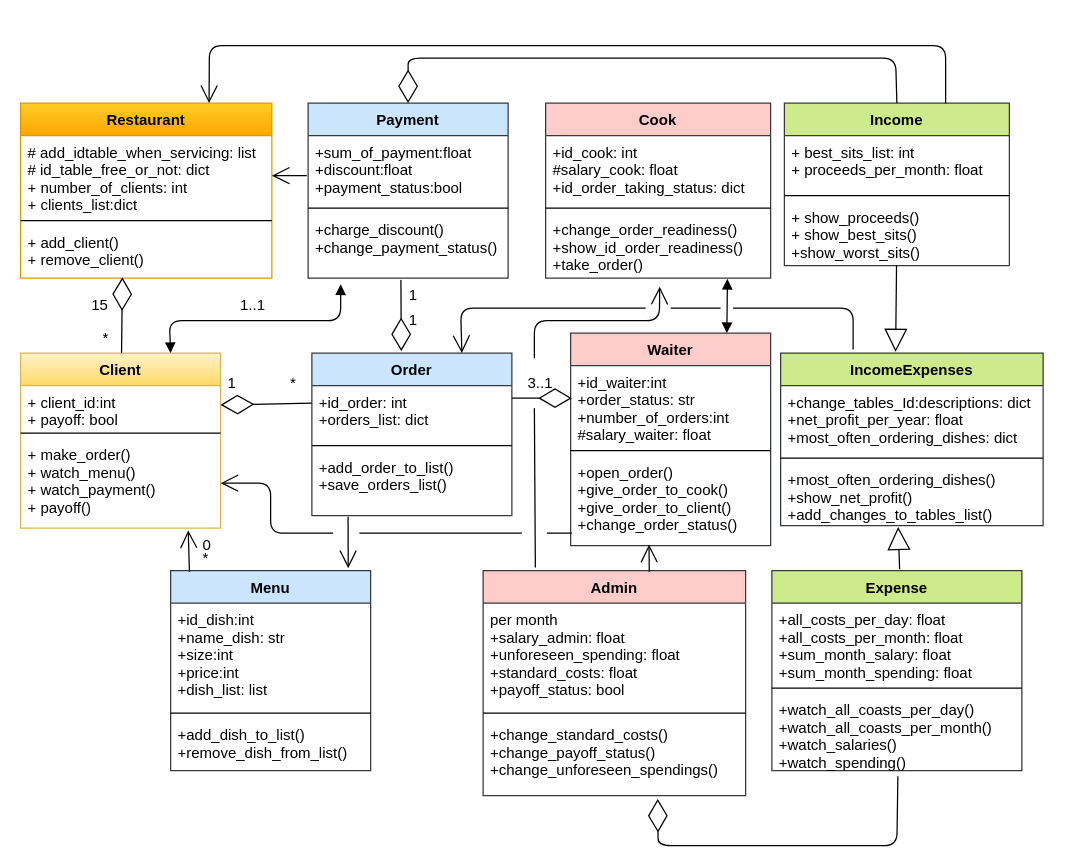
This is restaurant/restaurant_fix.drawio from ihontin/python-education, a draw.io file, before an edit. Source tidied: cells renumbered, new cells numbered last; positions are measured from the earlier drawing's top-left corner, leaving out a move shared by most shapes. Both pictures are drawn from the tidied source at 125%, with x=0, y=0 at pixel (20, 45).
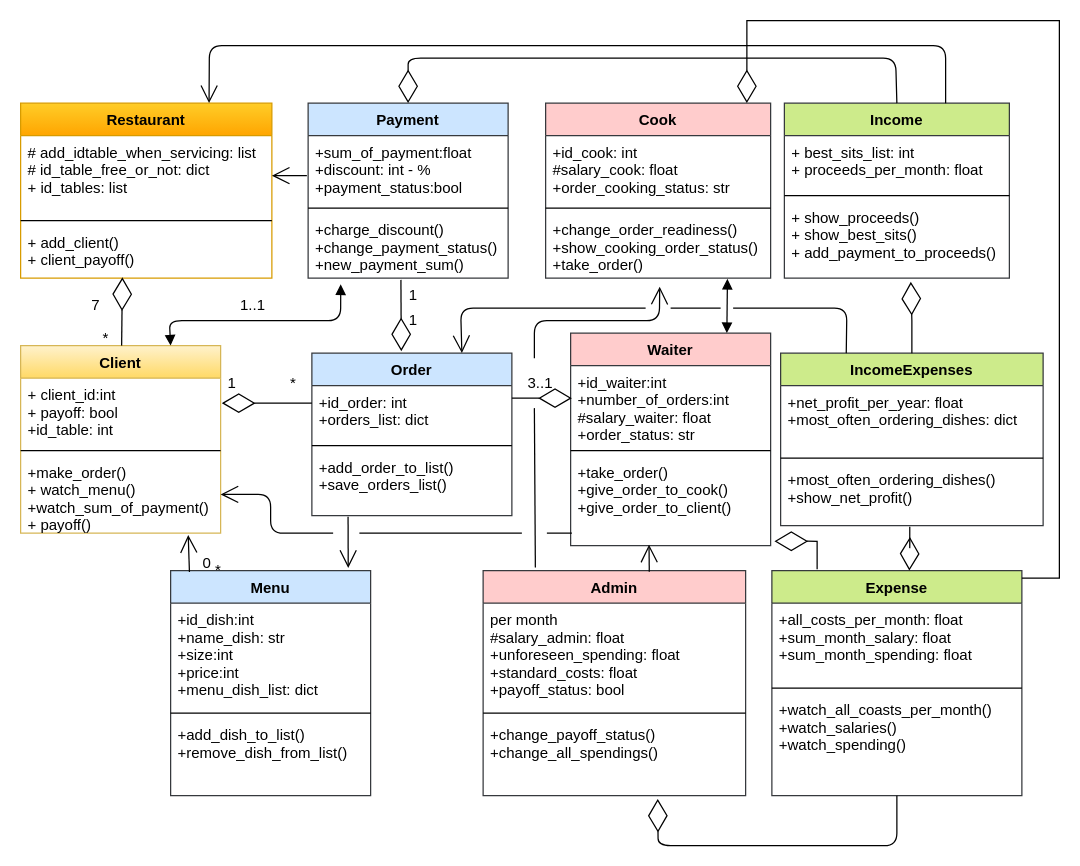
Above is the later version.

The change refers to these unchanged cells:
```xml
<mxCell id="2" value="Restaurant " style="swimlane;fontStyle=1;align=center;verticalAlign=top;horizontal=1;startSize=26;fillColor=#ffcd28;strokeColor=#d79b00;gradientColor=#ffa500;" parent="1" vertex="1">
  <mxGeometry y="46" width="201" height="140" as="geometry" />
</mxCell>
<mxCell id="27" value="Payment" style="swimlane;fontStyle=1;align=center;verticalAlign=top;horizontal=1;startSize=26;fillColor=#cce5ff;strokeColor=#36393d;" parent="1" vertex="1">
  <mxGeometry x="230" y="46" width="160" height="140" as="geometry" />
</mxCell>
<mxCell id="35" value="Waiter" style="swimlane;fontStyle=1;align=center;verticalAlign=top;horizontal=1;startSize=26;fillColor=#ffcccc;strokeColor=#36393d;" parent="1" vertex="1">
  <mxGeometry x="440" y="230" width="160" height="170" as="geometry" />
</mxCell>
<mxCell id="42" value="Cook" style="swimlane;fontStyle=1;align=center;verticalAlign=top;horizontal=1;startSize=26;fillColor=#ffcccc;strokeColor=#36393d;" parent="1" vertex="1">
  <mxGeometry x="420" y="46" width="180" height="140" as="geometry" />
</mxCell>
<mxCell id="50" value="Admin" style="swimlane;fontStyle=1;align=center;verticalAlign=top;horizontal=1;startSize=26;fillColor=#ffcccc;strokeColor=#36393d;" parent="1" vertex="1">
  <mxGeometry x="370" y="420" width="210" height="180" as="geometry" />
</mxCell>
<mxCell id="58" value="IncomeExpenses" style="swimlane;fontStyle=1;align=center;verticalAlign=top;horizontal=1;startSize=26;fillColor=#cdeb8b;strokeColor=#36393d;" parent="1" vertex="1">
  <mxGeometry x="608" y="246" width="210" height="138" as="geometry" />
</mxCell>
```

The edit, as a diff of the source:
```diff
@@
-    <mxCell id="3" value="# add_idtable_when_servicing: list&#10;# id_table_free_or_not: dict&#10;+ number_of_clients: int&#10;+ clients_list:dict" style="text;strokeColor=none;fillColor=none;align=left;verticalAlign=top;spacingLeft=4;spacingRight=4;overflow=hidden;points=[[0,0.5],[1,0.5]];portConstraint=eastwest;" parent="2" vertex="1">
+    <mxCell id="3" value="# add_idtable_when_servicing: list&#10;# id_table_free_or_not: dict&#10;+ id_tables: list" style="text;strokeColor=none;fillColor=none;align=left;verticalAlign=top;spacingLeft=4;spacingRight=4;overflow=hidden;points=[[0,0.5],[1,0.5]];portConstraint=eastwest;" parent="2" vertex="1">
       <mxGeometry y="26" width="201" height="64" as="geometry" />
     </mxCell>
@@
-    <mxCell id="5" value="+ add_client()&#10;+ remove_client()" style="text;strokeColor=none;fillColor=none;align=left;verticalAlign=top;spacingLeft=4;spacingRight=4;overflow=hidden;points=[[0,0.5],[1,0.5]];portConstraint=eastwest;" parent="2" vertex="1">
+    <mxCell id="5" value="+ add_client()&#10;+ client_payoff()" style="text;strokeColor=none;fillColor=none;align=left;verticalAlign=top;spacingLeft=4;spacingRight=4;overflow=hidden;points=[[0,0.5],[1,0.5]];portConstraint=eastwest;" parent="2" vertex="1">
       <mxGeometry y="98" width="201" height="42" as="geometry" />
     </mxCell>
     <mxCell id="6" value="Client" style="swimlane;fontStyle=1;align=center;verticalAlign=top;horizontal=1;startSize=26;fillColor=#fff2cc;strokeColor=#d6b656;gradientColor=#ffd966;" parent="1" vertex="1">
-      <mxGeometry y="246" width="160" height="140" as="geometry" />
+      <mxGeometry y="240" width="160" height="150" as="geometry" />
     </mxCell>
-    <mxCell id="7" value="+ client_id:int&#10;+ payoff: bool" style="text;strokeColor=none;fillColor=none;align=left;verticalAlign=top;spacingLeft=4;spacingRight=4;overflow=hidden;points=[[0,0.5],[1,0.5]];portConstraint=eastwest;" parent="6" vertex="1">
-      <mxGeometry y="26" width="160" height="34" as="geometry" />
+    <mxCell id="7" value="+ client_id:int&#10;+ payoff: bool&#10;+id_table: int" style="text;strokeColor=none;fillColor=none;align=left;verticalAlign=top;spacingLeft=4;spacingRight=4;overflow=hidden;points=[[0,0.5],[1,0.5]];portConstraint=eastwest;" parent="6" vertex="1">
+      <mxGeometry y="26" width="160" height="54" as="geometry" />
     </mxCell>
     <mxCell id="8" style="line;strokeWidth=1;fillColor=none;align=left;verticalAlign=middle;spacingTop=-1;spacingLeft=3;spacingRight=3;labelPosition=right;" parent="6" vertex="1">
-      <mxGeometry y="60" width="160" height="8" as="geometry" />
+      <mxGeometry y="80" width="160" height="8" as="geometry" />
     </mxCell>
-    <mxCell id="9" value="+ make_order()&#10;+ watch_menu()&#10;+ watch_payment()&#10;+ payoff()" style="text;strokeColor=none;fillColor=none;align=left;verticalAlign=top;spacingLeft=4;spacingRight=4;overflow=hidden;points=[[0,0.5],[1,0.5]];portConstraint=eastwest;" parent="6" vertex="1">
-      <mxGeometry y="68" width="160" height="72" as="geometry" />
+    <mxCell id="9" value="+make_order()&#10;+ watch_menu()&#10;+watch_sum_of_payment()&#10;+ payoff()" style="text;strokeColor=none;fillColor=none;align=left;verticalAlign=top;spacingLeft=4;spacingRight=4;overflow=hidden;points=[[0,0.5],[1,0.5]];portConstraint=eastwest;" parent="6" vertex="1">
+      <mxGeometry y="88" width="160" height="62" as="geometry" />
     </mxCell>
@@
-    <mxCell id="11" value="15" style="text;strokeColor=none;fillColor=none;align=left;verticalAlign=top;spacingLeft=4;spacingRight=4;overflow=hidden;" parent="1" vertex="1">
+    <mxCell id="11" value="7" style="text;strokeColor=none;fillColor=none;align=left;verticalAlign=top;spacingLeft=4;spacingRight=4;overflow=hidden;" parent="1" vertex="1">
       <mxGeometry x="51" y="194" width="31" height="26" as="geometry" />
     </mxCell>
@@
-    <mxCell id="17" style="endArrow=diamondThin;endFill=0;endSize=24;html=1;" parent="1" edge="1" target="7">
+    <mxCell id="17" style="endArrow=diamondThin;endFill=0;endSize=24;html=1;" parent="1" edge="1">
       <mxGeometry relative="1" as="geometry">
         <mxPoint x="233" y="286" as="sourcePoint" />
+        <mxPoint x="161" y="286" as="targetPoint" />
       </mxGeometry>
     </mxCell>
@@
     <mxCell id="20" value="Menu" style="swimlane;fontStyle=1;align=center;verticalAlign=top;horizontal=1;startSize=26;fillColor=#cce5ff;strokeColor=#36393d;" parent="1" vertex="1">
-      <mxGeometry x="120" y="420" width="160" height="160" as="geometry" />
+      <mxGeometry x="120" y="420" width="160" height="180" as="geometry" />
     </mxCell>
-    <mxCell id="21" value="+id_dish:int&#10;+name_dish: str&#10;+size:int&#10;+price:int&#10;+dish_list: list&#10;&#10;" style="text;strokeColor=none;fillColor=none;align=left;verticalAlign=top;spacingLeft=4;spacingRight=4;overflow=hidden;" parent="20" vertex="1">
+    <mxCell id="21" value="+id_dish:int&#10;+name_dish: str&#10;+size:int&#10;+price:int&#10;+menu_dish_list: dict&#10;" style="text;strokeColor=none;fillColor=none;align=left;verticalAlign=top;spacingLeft=4;spacingRight=4;overflow=hidden;" parent="20" vertex="1">
       <mxGeometry y="26" width="160" height="84" as="geometry" />
     </mxCell>
@@
     <mxCell id="23" value="+add_dish_to_list()&#10;+remove_dish_from_list()" style="text;strokeColor=none;fillColor=none;align=left;verticalAlign=top;spacingLeft=4;spacingRight=4;overflow=hidden;" parent="20" vertex="1">
-      <mxGeometry y="118" width="160" height="42" as="geometry" />
+      <mxGeometry y="118" width="160" height="62" as="geometry" />
     </mxCell>
@@
     <mxCell id="25" value="0" style="text;strokeColor=none;fillColor=none;align=left;verticalAlign=top;spacingLeft=4;spacingRight=4;overflow=hidden;" parent="1" vertex="1">
-      <mxGeometry x="140" y="386" width="20" height="26" as="geometry" />
+      <mxGeometry x="140" y="400" width="20" height="26" as="geometry" />
     </mxCell>
     <mxCell id="26" value="*" style="text;strokeColor=none;fillColor=none;align=left;verticalAlign=top;spacingLeft=4;spacingRight=4;overflow=hidden;" parent="1" vertex="1">
-      <mxGeometry x="140" y="396" width="20" height="26" as="geometry" />
+      <mxGeometry x="150" y="406" width="20" height="26" as="geometry" />
     </mxCell>
@@
-    <mxCell id="28" value="+sum_of_payment:float&#10;+discount:float&#10;+payment_status:bool" style="text;strokeColor=none;fillColor=none;align=left;verticalAlign=top;spacingLeft=4;spacingRight=4;overflow=hidden;" parent="27" vertex="1">
+    <mxCell id="28" value="+sum_of_payment:float&#10;+discount: int - %&#10;+payment_status:bool" style="text;strokeColor=none;fillColor=none;align=left;verticalAlign=top;spacingLeft=4;spacingRight=4;overflow=hidden;" parent="27" vertex="1">
       <mxGeometry y="26" width="160" height="54" as="geometry" />
     </mxCell>
@@
-    <mxCell id="30" value="+charge_discount()&#10;+change_payment_status()" style="text;strokeColor=none;fillColor=none;align=left;verticalAlign=top;spacingLeft=4;spacingRight=4;overflow=hidden;points=[[0,0.5],[1,0.5]];portConstraint=eastwest;" parent="27" vertex="1">
+    <mxCell id="30" value="+charge_discount()&#10;+change_payment_status()&#10;+new_payment_sum()" style="text;strokeColor=none;fillColor=none;align=left;verticalAlign=top;spacingLeft=4;spacingRight=4;overflow=hidden;points=[[0,0.5],[1,0.5]];portConstraint=eastwest;" parent="27" vertex="1">
       <mxGeometry y="88" width="160" height="52" as="geometry" />
     </mxCell>
@@
-    <mxCell id="36" value="+id_waiter:int&#10;+order_status: str&#10;+number_of_orders:int&#10;#salary_waiter: float" style="text;strokeColor=none;fillColor=none;align=left;verticalAlign=top;spacingLeft=4;spacingRight=4;overflow=hidden;" parent="35" vertex="1">
+    <mxCell id="36" value="+id_waiter:int&#10;+number_of_orders:int&#10;#salary_waiter: float&#10;+order_status: str" style="text;strokeColor=none;fillColor=none;align=left;verticalAlign=top;spacingLeft=4;spacingRight=4;overflow=hidden;" parent="35" vertex="1">
       <mxGeometry y="26" width="160" height="64" as="geometry" />
     </mxCell>
@@
-    <mxCell id="38" value="+open_order()&#10;+give_order_to_cook()&#10;+give_order_to_client()&#10;+change_order_status()" style="text;strokeColor=none;fillColor=none;align=left;verticalAlign=top;spacingLeft=4;spacingRight=4;overflow=hidden;points=[[0,0.5],[1,0.5]];portConstraint=eastwest;" parent="35" vertex="1">
+    <mxCell id="38" value="+take_order()&#10;+give_order_to_cook()&#10;+give_order_to_client()&#10;" style="text;strokeColor=none;fillColor=none;align=left;verticalAlign=top;spacingLeft=4;spacingRight=4;overflow=hidden;points=[[0,0.5],[1,0.5]];portConstraint=eastwest;" parent="35" vertex="1">
       <mxGeometry y="98" width="160" height="72" as="geometry" />
     </mxCell>
@@
-    <mxCell id="43" value="+id_cook: int&#10;#salary_cook: float&#10;+id_order_taking_status: dict&#10;&#10;" style="text;strokeColor=none;fillColor=none;align=left;verticalAlign=top;spacingLeft=4;spacingRight=4;overflow=hidden;" parent="42" vertex="1">
+    <mxCell id="43" value="+id_cook: int&#10;#salary_cook: float&#10;+order_cooking_status: str&#10;&#10;" style="text;strokeColor=none;fillColor=none;align=left;verticalAlign=top;spacingLeft=4;spacingRight=4;overflow=hidden;" parent="42" vertex="1">
       <mxGeometry y="26" width="180" height="54" as="geometry" />
     </mxCell>
@@
-    <mxCell id="45" value="+change_order_readiness()&#10;+show_id_order_readiness()&#10;+take_order()" style="text;strokeColor=none;fillColor=none;align=left;verticalAlign=top;spacingLeft=4;spacingRight=4;overflow=hidden;points=[[0,0.5],[1,0.5]];portConstraint=eastwest;" parent="42" vertex="1">
+    <mxCell id="45" value="+change_order_readiness()&#10;+show_cooking_order_status()&#10;+take_order()" style="text;strokeColor=none;fillColor=none;align=left;verticalAlign=top;spacingLeft=4;spacingRight=4;overflow=hidden;points=[[0,0.5],[1,0.5]];portConstraint=eastwest;" parent="42" vertex="1">
       <mxGeometry y="88" width="180" height="52" as="geometry" />
     </mxCell>
     <mxCell id="46" value="Income" style="swimlane;fontStyle=1;align=center;verticalAlign=top;horizontal=1;startSize=26;fillColor=#cdeb8b;strokeColor=#36393d;" parent="1" vertex="1">
-      <mxGeometry x="611" y="46" width="180" height="130" as="geometry" />
+      <mxGeometry x="611" y="46" width="180" height="140" as="geometry" />
     </mxCell>
@@
-    <mxCell id="49" value="+ show_proceeds()&#10;+ show_best_sits()&#10;+show_worst_sits()" style="text;strokeColor=none;fillColor=none;align=left;verticalAlign=top;spacingLeft=4;spacingRight=4;overflow=hidden;points=[[0,0.5],[1,0.5]];portConstraint=eastwest;" parent="46" vertex="1">
-      <mxGeometry y="78" width="180" height="52" as="geometry" />
+    <mxCell id="49" value="+ show_proceeds()&#10;+ show_best_sits()&#10;+ add_payment_to_proceeds()&#10;" style="text;strokeColor=none;fillColor=none;align=left;verticalAlign=top;spacingLeft=4;spacingRight=4;overflow=hidden;points=[[0,0.5],[1,0.5]];portConstraint=eastwest;" parent="46" vertex="1">
+      <mxGeometry y="78" width="180" height="62" as="geometry" />
     </mxCell>
@@
-    <mxCell id="51" value="                  per month&#10;+salary_admin: float&#10;+unforeseen_spending: float&#10;+standard_costs: float&#10;+payoff_status: bool&#10;" style="text;strokeColor=none;fillColor=none;align=left;verticalAlign=top;spacingLeft=4;spacingRight=4;overflow=hidden;" parent="50" vertex="1">
+    <mxCell id="51" value="                  per month&#10;#salary_admin: float&#10;+unforeseen_spending: float&#10;+standard_costs: float&#10;+payoff_status: bool&#10;" style="text;strokeColor=none;fillColor=none;align=left;verticalAlign=top;spacingLeft=4;spacingRight=4;overflow=hidden;" parent="50" vertex="1">
       <mxGeometry y="26" width="210" height="84" as="geometry" />
     </mxCell>
@@
-    <mxCell id="53" value="+change_standard_costs()&#10;+change_payoff_status()&#10;+change_unforeseen_spendings()" style="text;strokeColor=none;fillColor=none;align=left;verticalAlign=top;spacingLeft=4;spacingRight=4;overflow=hidden;points=[[0,0.5],[1,0.5]];portConstraint=eastwest;" parent="50" vertex="1">
+    <mxCell id="53" value="+change_payoff_status()&#10;+change_all_spendings()" style="text;strokeColor=none;fillColor=none;align=left;verticalAlign=top;spacingLeft=4;spacingRight=4;overflow=hidden;points=[[0,0.5],[1,0.5]];portConstraint=eastwest;" parent="50" vertex="1">
       <mxGeometry y="118" width="210" height="62" as="geometry" />
     </mxCell>
     <mxCell id="54" value="Expense" style="swimlane;fontStyle=1;align=center;verticalAlign=top;horizontal=1;startSize=26;fillColor=#cdeb8b;strokeColor=#36393d;" parent="1" vertex="1">
-      <mxGeometry x="601" y="420" width="200" height="160" as="geometry" />
+      <mxGeometry x="601" y="420" width="200" height="180" as="geometry" />
     </mxCell>
-    <mxCell id="55" value="+all_costs_per_day: float&#10;+all_costs_per_month: float&#10;+sum_month_salary: float&#10;+sum_month_spending: float&#10; " style="text;strokeColor=none;fillColor=none;align=left;verticalAlign=top;spacingLeft=4;spacingRight=4;overflow=hidden;" parent="54" vertex="1">
+    <mxCell id="55" value="+all_costs_per_month: float&#10;+sum_month_salary: float&#10;+sum_month_spending: float&#10; " style="text;strokeColor=none;fillColor=none;align=left;verticalAlign=top;spacingLeft=4;spacingRight=4;overflow=hidden;" parent="54" vertex="1">
       <mxGeometry y="26" width="200" height="64" as="geometry" />
     </mxCell>
@@
-    <mxCell id="57" value="+watch_all_coasts_per_day()&#10;+watch_all_coasts_per_month()&#10;+watch_salaries()&#10;+watch_spending()&#10;" style="text;strokeColor=none;fillColor=none;align=left;verticalAlign=top;spacingLeft=4;spacingRight=4;overflow=hidden;points=[[0,0.5],[1,0.5]];portConstraint=eastwest;" parent="54" vertex="1">
-      <mxGeometry y="98" width="200" height="62" as="geometry" />
+    <mxCell id="57" value="+watch_all_coasts_per_month()&#10;+watch_salaries()&#10;+watch_spending()&#10;" style="text;strokeColor=none;fillColor=none;align=left;verticalAlign=top;spacingLeft=4;spacingRight=4;overflow=hidden;points=[[0,0.5],[1,0.5]];portConstraint=eastwest;" parent="54" vertex="1">
+      <mxGeometry y="98" width="200" height="82" as="geometry" />
     </mxCell>
@@
-    <mxCell id="59" value="+change_tables_Id:descriptions: dict&#10;+net_profit_per_year: float&#10;+most_often_ordering_dishes: dict " style="text;strokeColor=none;fillColor=none;align=left;verticalAlign=top;spacingLeft=4;spacingRight=4;overflow=hidden;" parent="58" vertex="1">
+    <mxCell id="59" value="+net_profit_per_year: float&#10;+most_often_ordering_dishes: dict " style="text;strokeColor=none;fillColor=none;align=left;verticalAlign=top;spacingLeft=4;spacingRight=4;overflow=hidden;" parent="58" vertex="1">
       <mxGeometry y="26" width="210" height="54" as="geometry" />
     </mxCell>
@@
-    <mxCell id="61" value="+most_often_ordering_dishes()&#10;+show_net_profit()&#10;+add_changes_to_tables_list()" style="text;strokeColor=none;fillColor=none;align=left;verticalAlign=top;spacingLeft=4;spacingRight=4;overflow=hidden;points=[[0,0.5],[1,0.5]];portConstraint=eastwest;" parent="58" vertex="1">
+    <mxCell id="61" value="+most_often_ordering_dishes()&#10;+show_net_profit()&#10;" style="text;strokeColor=none;fillColor=none;align=left;verticalAlign=top;spacingLeft=4;spacingRight=4;overflow=hidden;points=[[0,0.5],[1,0.5]];portConstraint=eastwest;" parent="58" vertex="1">
       <mxGeometry y="88" width="210" height="50" as="geometry" />
     </mxCell>
-    <mxCell id="62" style="endArrow=block;endSize=16;endFill=0;html=1;exitX=0.511;exitY=-0.007;exitDx=0;exitDy=0;exitPerimeter=0;" parent="1" edge="1" source="54">
-      <mxGeometry x="-0.56" y="60" relative="1" as="geometry">
-        <mxPoint x="702" y="385" as="targetPoint" />
-      </mxGeometry>
-    </mxCell>
-    <mxCell id="63" style="endArrow=block;endSize=16;endFill=0;html=1;" parent="1" edge="1" source="49">
-      <mxGeometry x="-0.56" y="60" relative="1" as="geometry">
-        <mxPoint x="700" y="245" as="targetPoint" />
-      </mxGeometry>
-    </mxCell>
@@
     <mxCell id="70" style="endArrow=open;endFill=1;endSize=12;html=1;entryX=1;entryY=0.5;entryDx=0;entryDy=0;" parent="1" edge="1" target="9">
       <mxGeometry relative="1" as="geometry">
         <mxPoint x="250" y="390" as="sourcePoint" />
         <Array as="points">
           <mxPoint x="200" y="390" />
-          <mxPoint x="200" y="350" />
+          <mxPoint x="200" y="359" />
         </Array>
       </mxGeometry>
     </mxCell>
@@
-    <mxCell id="73" style="endArrow=diamondThin;endFill=0;endSize=24;html=1;exitX=0.504;exitY=1.072;exitDx=0;exitDy=0;exitPerimeter=0;entryX=0.665;entryY=1.042;entryDx=0;entryDy=0;entryPerimeter=0;" parent="1" edge="1" source="57" target="53">
+    <mxCell id="73" style="endArrow=diamondThin;endFill=0;endSize=24;html=1;entryX=0.665;entryY=1.042;entryDx=0;entryDy=0;entryPerimeter=0;" parent="1" edge="1" source="57" target="53">
       <mxGeometry relative="1" as="geometry">
         <Array as="points">
           <mxPoint x="701" y="640" />
           <mxPoint x="510" y="640" />
         </Array>
       </mxGeometry>
     </mxCell>
@@
-    <mxCell id="76" style="endArrow=none;html=1;" parent="1" edge="1">
+    <mxCell id="76" style="endArrow=none;html=1;entryX=0.25;entryY=0;entryDx=0;entryDy=0;" parent="1" edge="1" target="58">
       <mxGeometry relative="1" as="geometry">
         <mxPoint x="570" y="210" as="sourcePoint" />
-        <mxPoint x="666" y="243" as="targetPoint" />
         <Array as="points">
-          <mxPoint x="666" y="210" />
+          <mxPoint x="661" y="210" />
         </Array>
       </mxGeometry>
     </mxCell>
@@
+    <mxCell id="79" style="endArrow=diamondThin;endFill=0;endSize=24;html=1;rounded=0;edgeStyle=orthogonalEdgeStyle;exitX=0.181;exitY=-0.006;exitDx=0;exitDy=0;exitPerimeter=0;entryX=1.019;entryY=0.951;entryDx=0;entryDy=0;entryPerimeter=0;" parent="1" edge="1" source="54" target="38">
+      <mxGeometry relative="1" as="geometry" />
+    </mxCell>
+    <mxCell id="80" style="endArrow=diamondThin;endFill=0;endSize=24;html=1;rounded=0;edgeStyle=orthogonalEdgeStyle;" parent="1" edge="1" source="54" target="42">
+      <mxGeometry relative="1" as="geometry">
+        <Array as="points">
+          <mxPoint x="831" y="426" />
+          <mxPoint x="831" y="-20" />
+          <mxPoint x="581" y="-20" />
+        </Array>
+      </mxGeometry>
+    </mxCell>
+    <mxCell id="81" style="endArrow=diamondThin;endFill=0;endSize=24;html=1;rounded=0;edgeStyle=orthogonalEdgeStyle;exitX=0.5;exitY=0;exitDx=0;exitDy=0;entryX=0.562;entryY=1.048;entryDx=0;entryDy=0;entryPerimeter=0;" parent="1" edge="1" source="58" target="49">
+      <mxGeometry relative="1" as="geometry">
+        <Array as="points">
+          <mxPoint x="713" y="220" />
+          <mxPoint x="712" y="220" />
+        </Array>
+      </mxGeometry>
+    </mxCell>
+    <mxCell id="82" style="endArrow=diamondThin;endFill=0;endSize=24;html=1;rounded=0;edgeStyle=orthogonalEdgeStyle;exitX=0.492;exitY=1.017;exitDx=0;exitDy=0;exitPerimeter=0;" parent="1" edge="1" source="61">
+      <mxGeometry relative="1" as="geometry">
+        <mxPoint x="711" y="420" as="targetPoint" />
+      </mxGeometry>
+    </mxCell>
```
